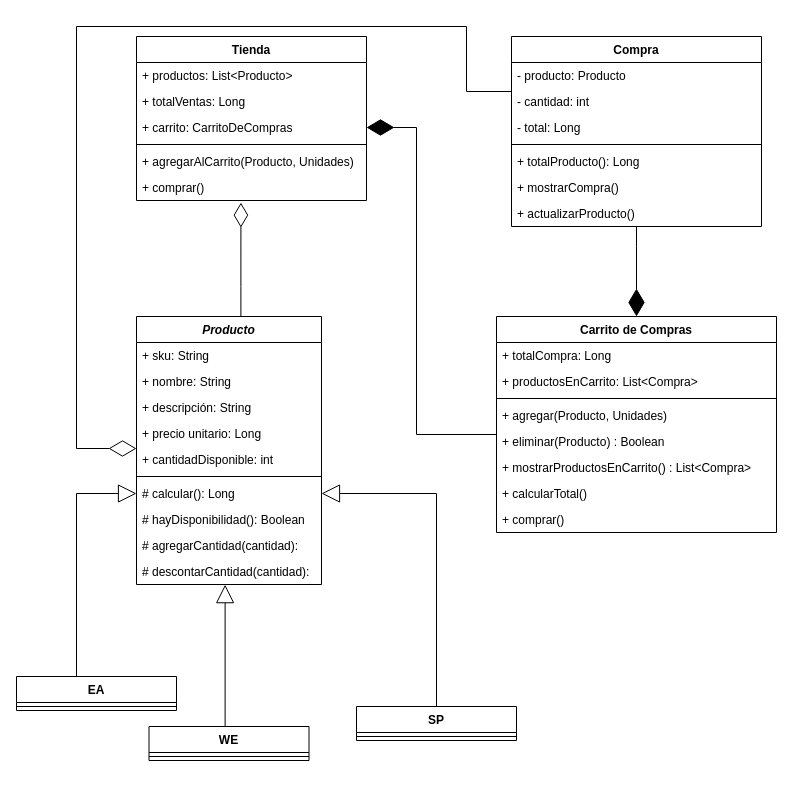
Before: Aplicación De Comercio/Comercio.drawio in Sebassllr/-ENFASIS-I, a draw.io diagram. Source tidied: cells renumbered, new cells numbered last; positions are measured from the earlier drawing's top-left corner, leaving out a move shared by most shapes. Both pictures are drawn from the tidied source at 100%, with x=0, y=0 at pixel (16, 26).
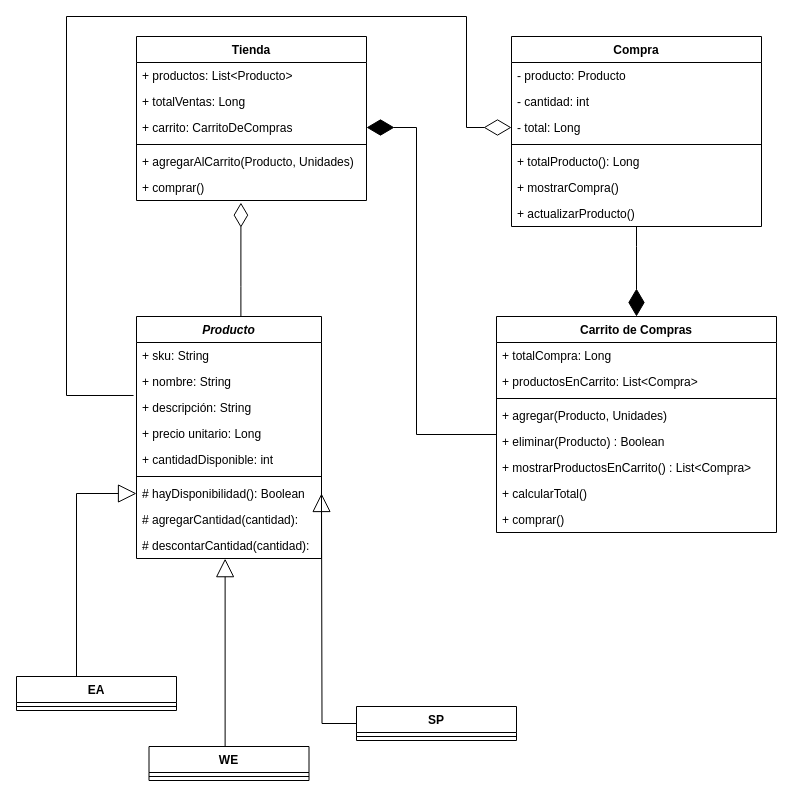
Above is the later version.

Commit message:
Improve diagram

Unchanged cells that the change refers to:
```xml
<mxCell id="5" value="EA" style="swimlane;fontStyle=1;align=center;verticalAlign=top;horizontal=1;startSize=26;" parent="1" vertex="1">
  <mxGeometry y="650" width="160" height="34" as="geometry" />
</mxCell>
<mxCell id="7" value="SP" style="swimlane;fontStyle=1;align=center;verticalAlign=top;horizontal=1;startSize=26;" parent="1" vertex="1">
  <mxGeometry x="340" y="680" width="160" height="34" as="geometry" />
</mxCell>
<mxCell id="13" value="+ descripción: String" style="text;strokeColor=none;fillColor=none;align=left;verticalAlign=top;spacingLeft=4;spacingRight=4;overflow=hidden;points=[[0,0.5],[1,0.5]];portConstraint=eastwest;" parent="10" vertex="1">
  <mxGeometry y="78" width="185" height="26" as="geometry" />
</mxCell>
<mxCell id="15" value="+ cantidadDisponible: int" style="text;strokeColor=none;fillColor=none;align=left;verticalAlign=top;spacingLeft=4;spacingRight=4;overflow=hidden;points=[[0,0.5],[1,0.5]];portConstraint=eastwest;" parent="10" vertex="1">
  <mxGeometry y="130" width="185" height="26" as="geometry" />
</mxCell>
<mxCell id="43" value="- total: Long" style="text;strokeColor=none;fillColor=none;align=left;verticalAlign=top;spacingLeft=4;spacingRight=4;overflow=hidden;points=[[0,0.5],[1,0.5]];portConstraint=eastwest;" parent="40" vertex="1">
  <mxGeometry y="78" width="250" height="26" as="geometry" />
</mxCell>
```

The edit, as a diff of the source:
```diff
@@
-    <mxCell id="2" style="edgeStyle=orthogonalEdgeStyle;rounded=0;jettySize=auto;html=1;endArrow=block;endFill=0;startSize=17;endSize=16;entryX=0;entryY=0.5;entryDx=0;entryDy=0;" parent="1" edge="1" source="5" target="17">
+    <mxCell id="2" style="edgeStyle=orthogonalEdgeStyle;rounded=0;jettySize=auto;html=1;endArrow=block;endFill=0;startSize=17;endSize=16;entryX=0;entryY=0.5;entryDx=0;entryDy=0;" parent="1" edge="1" source="5">
       <mxGeometry relative="1" as="geometry">
+        <mxPoint x="120" y="467" as="targetPoint" />
         <Array as="points">
           <mxPoint x="60" y="467" />
         </Array>
       </mxGeometry>
     </mxCell>
@@
-    <mxCell id="4" style="edgeStyle=orthogonalEdgeStyle;rounded=0;jettySize=auto;html=1;startSize=17;endArrow=block;endFill=0;endSize=16;" parent="1" edge="1" source="7" target="17">
-      <mxGeometry relative="1" as="geometry" />
+    <mxCell id="4" style="edgeStyle=orthogonalEdgeStyle;rounded=0;jettySize=auto;html=1;startSize=17;endArrow=block;endFill=0;endSize=16;" parent="1" edge="1" source="7">
+      <mxGeometry relative="1" as="geometry">
+        <mxPoint x="305" y="467" as="targetPoint" />
+      </mxGeometry>
     </mxCell>
@@
     <mxCell id="10" value="Producto" style="swimlane;fontStyle=3;align=center;verticalAlign=top;horizontal=1;startSize=26;" parent="1" vertex="1">
-      <mxGeometry x="120" y="290" width="185" height="268" as="geometry" />
+      <mxGeometry x="120" y="290" width="185" height="242" as="geometry" />
     </mxCell>
@@
-    <mxCell id="17" value="# calcular(): Long" style="text;strokeColor=none;fillColor=none;align=left;verticalAlign=top;spacingLeft=4;spacingRight=4;overflow=hidden;points=[[0,0.5],[1,0.5]];portConstraint=eastwest;" parent="10" vertex="1">
-      <mxGeometry y="164" width="185" height="26" as="geometry" />
-    </mxCell>
     <mxCell id="18" value="# hayDisponibilidad(): Boolean" style="text;strokeColor=none;fillColor=none;align=left;verticalAlign=top;spacingLeft=4;spacingRight=4;overflow=hidden;" parent="10" vertex="1">
-      <mxGeometry y="190" width="185" height="26" as="geometry" />
+      <mxGeometry y="164" width="185" height="26" as="geometry" />
     </mxCell>
     <mxCell id="19" value="# agregarCantidad(cantidad): " style="text;strokeColor=none;fillColor=none;align=left;verticalAlign=top;spacingLeft=4;spacingRight=4;overflow=hidden;" parent="10" vertex="1">
-      <mxGeometry y="216" width="185" height="26" as="geometry" />
+      <mxGeometry y="190" width="185" height="26" as="geometry" />
     </mxCell>
     <mxCell id="20" value="# descontarCantidad(cantidad): " style="text;strokeColor=none;fillColor=none;align=left;verticalAlign=top;spacingLeft=4;spacingRight=4;overflow=hidden;points=[[0,0.5],[1,0.5]];portConstraint=eastwest;" parent="10" vertex="1">
-      <mxGeometry y="242" width="185" height="26" as="geometry" />
+      <mxGeometry y="216" width="185" height="26" as="geometry" />
     </mxCell>
@@
-    <mxCell id="38" style="edgeStyle=orthogonalEdgeStyle;rounded=0;jettySize=auto;html=1;startArrow=none;startFill=0;startSize=6;endArrow=diamondThin;endFill=0;endSize=25;entryX=0;entryY=0.077;entryDx=0;entryDy=0;entryPerimeter=0;exitX=0;exitY=0.5;exitDx=0;exitDy=0;" parent="1" edge="1" source="43" target="15">
+    <mxCell id="38" style="edgeStyle=orthogonalEdgeStyle;rounded=0;jettySize=auto;html=1;startArrow=none;startFill=0;startSize=6;endArrow=diamondThin;endFill=0;endSize=25;exitX=-0.016;exitY=0.038;exitDx=0;exitDy=0;exitPerimeter=0;entryX=0;entryY=0.5;entryDx=0;entryDy=0;" parent="1" edge="1" source="13" target="43">
       <mxGeometry relative="1" as="geometry">
         <Array as="points">
-          <mxPoint x="450" y="65" />
-          <mxPoint x="450" />
-          <mxPoint x="60" />
-          <mxPoint x="60" y="422" />
+          <mxPoint x="50" y="369" />
+          <mxPoint x="50" y="-10" />
+          <mxPoint x="450" y="-10" />
+          <mxPoint x="450" y="101" />
         </Array>
       </mxGeometry>
     </mxCell>
@@
     <mxCell id="48" value="WE" style="swimlane;fontStyle=1;align=center;verticalAlign=top;horizontal=1;startSize=26;" parent="1" vertex="1">
-      <mxGeometry x="132.5" y="700" width="160" height="34" as="geometry" />
+      <mxGeometry x="132.5" y="720" width="160" height="34" as="geometry" />
     </mxCell>
```
